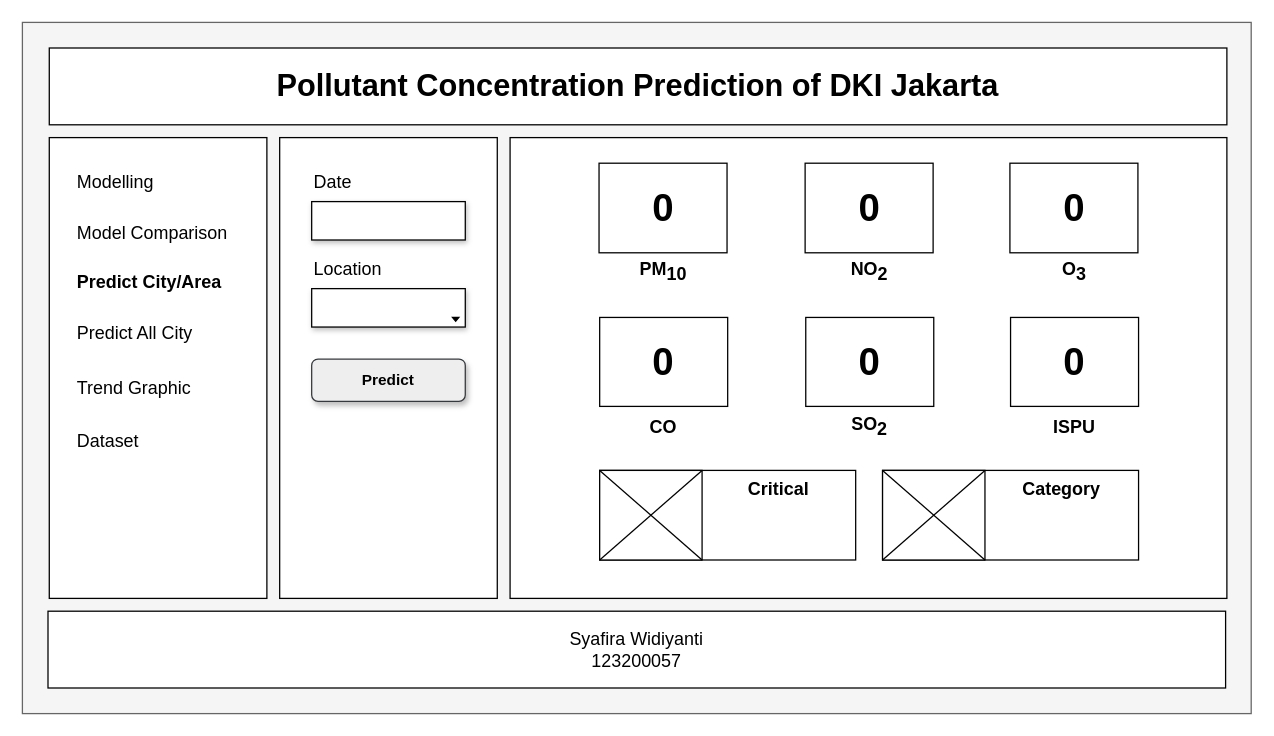
Above: page "Page-5" (6 of 13) of sistem.drawio in lullabymav/skrpsi (draw.io), before the change. Source tidied: cells renumbered, new cells numbered last; positions are measured from the earlier drawing's top-left corner, leaving out a move shared by most shapes. Both pictures are drawn from the tidied source at 128%, with x=0, y=0 at pixel (22, 22).
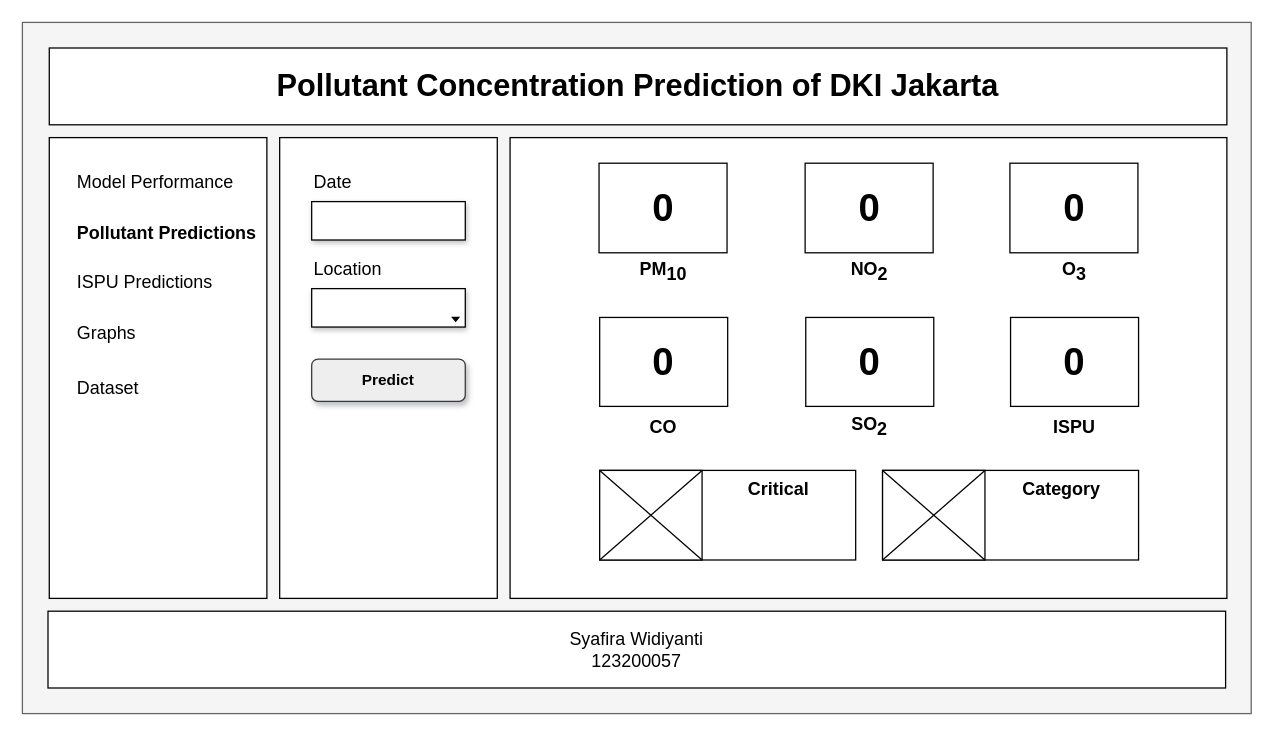
Above is the later version.

Diff of the diagram source:
```diff
@@
-    <mxCell id="42" value="Model Comparison" style="text;html=1;align=left;verticalAlign=middle;whiteSpace=wrap;rounded=0;fontSize=14;fontStyle=0;" parent="1" vertex="1">
-      <mxGeometry x="41" y="150" width="140" height="30" as="geometry" />
+    <mxCell id="42" value="&lt;b&gt;Pollutant Predictions&lt;/b&gt;" style="text;html=1;align=left;verticalAlign=middle;whiteSpace=wrap;rounded=0;fontSize=14;fontStyle=0;" parent="1" vertex="1">
+      <mxGeometry x="41" y="150" width="150" height="30" as="geometry" />
     </mxCell>
-    <mxCell id="43" value="Predict All City" style="text;html=1;align=left;verticalAlign=middle;whiteSpace=wrap;rounded=0;fontSize=14;" parent="1" vertex="1">
+    <mxCell id="43" value="Graphs" style="text;html=1;align=left;verticalAlign=middle;whiteSpace=wrap;rounded=0;fontSize=14;" parent="1" vertex="1">
       <mxGeometry x="41" y="228" width="110" height="30" as="geometry" />
     </mxCell>
-    <mxCell id="44" value="Trend Graphic" style="text;html=1;align=left;verticalAlign=middle;whiteSpace=wrap;rounded=0;fontSize=14;" parent="1" vertex="1">
+    <mxCell id="44" value="Dataset" style="text;html=1;align=left;verticalAlign=middle;whiteSpace=wrap;rounded=0;fontSize=14;" parent="1" vertex="1">
       <mxGeometry x="41" y="271" width="110" height="30" as="geometry" />
     </mxCell>
-    <mxCell id="45" value="Dataset" style="text;html=1;align=left;verticalAlign=middle;whiteSpace=wrap;rounded=0;fontSize=14;" parent="1" vertex="1">
-      <mxGeometry x="41" y="312" width="110" height="30" as="geometry" />
-    </mxCell>
-    <mxCell id="46" value="Modelling" style="text;html=1;align=left;verticalAlign=middle;whiteSpace=wrap;rounded=0;fontSize=14;fontStyle=0;" parent="1" vertex="1">
-      <mxGeometry x="41" y="110" width="120" height="30" as="geometry" />
+    <mxCell id="46" value="Model Performance" style="text;html=1;align=left;verticalAlign=middle;whiteSpace=wrap;rounded=0;fontSize=14;fontStyle=0;" parent="1" vertex="1">
+      <mxGeometry x="41" y="110" width="130" height="30" as="geometry" />
     </mxCell>
-    <mxCell id="47" value="Predict City/Area" style="text;html=1;align=left;verticalAlign=middle;whiteSpace=wrap;rounded=0;fontSize=14;fontStyle=1;" parent="1" vertex="1">
+    <mxCell id="47" value="&lt;span style=&quot;font-weight: normal;&quot;&gt;ISPU Predictions&lt;/span&gt;" style="text;html=1;align=left;verticalAlign=middle;whiteSpace=wrap;rounded=0;fontSize=14;fontStyle=1;" parent="1" vertex="1">
       <mxGeometry x="41" y="188" width="120" height="30" as="geometry" />
     </mxCell>
```
